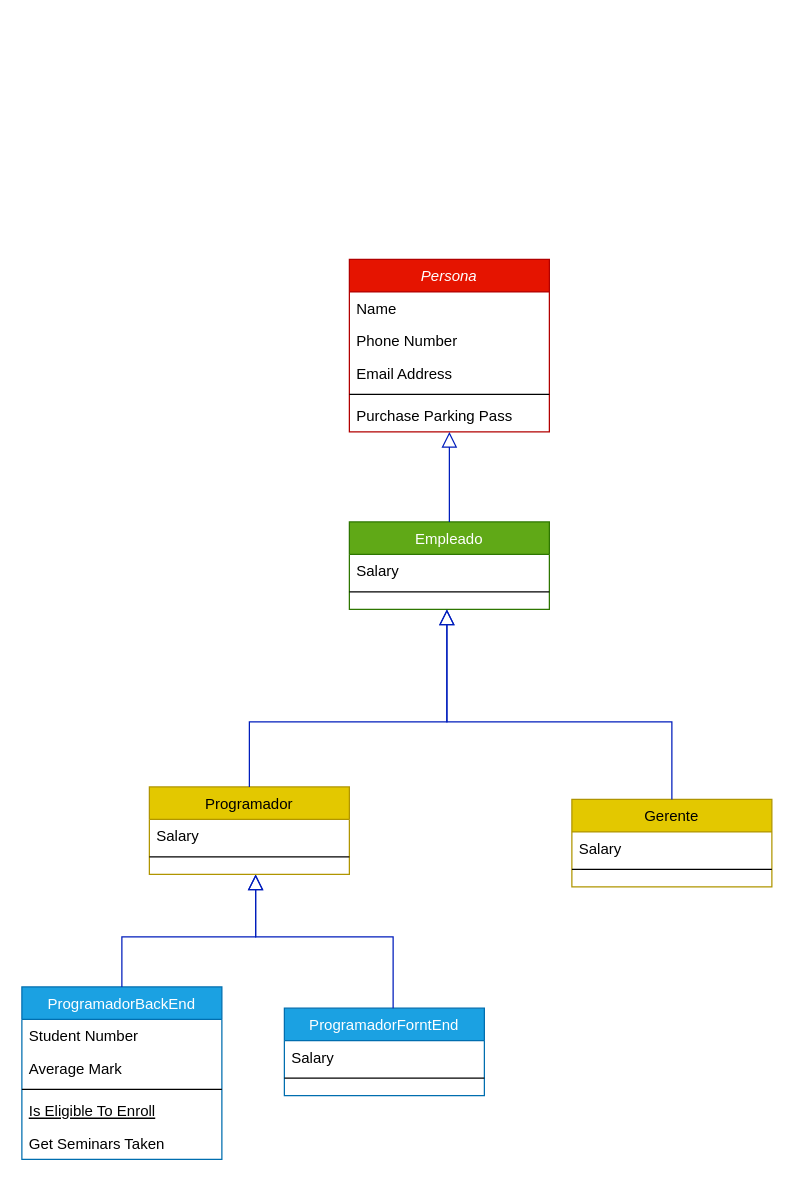
Above: p8.drawio in alan-carrasco/Pr-ctica (draw.io), before the change. Source tidied: cells renumbered, new cells numbered last; positions are measured from the earlier drawing's top-left corner, leaving out a move shared by most shapes. Both pictures are drawn from the tidied source at 125%, with x=0, y=0 at pixel (21, 259).
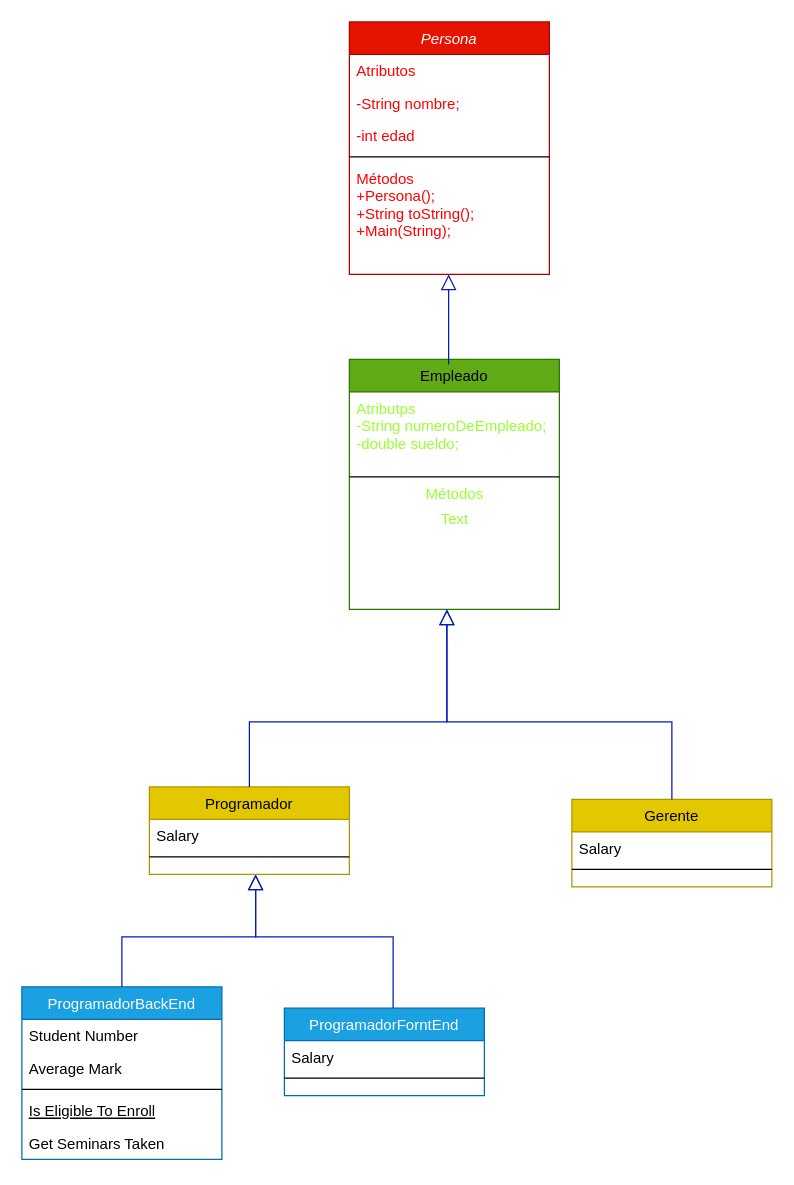
The same page after the edit.

Change to the diagram source:
```diff
@@
     <mxCell id="2" value="Persona" style="swimlane;fontStyle=2;align=center;verticalAlign=top;horizontal=1;startSize=26;rounded=0;shadow=0;strokeWidth=1;fillColor=#e51400;fontColor=#ffffff;strokeColor=#B20000;" parent="1" vertex="1">
-      <mxGeometry x="262" width="160" height="138" as="geometry" />
+      <mxGeometry x="262" y="-190" width="160" height="202" as="geometry" />
     </mxCell>
-    <mxCell id="3" value="Name" style="text;align=left;verticalAlign=top;spacingLeft=4;spacingRight=4;overflow=hidden;" parent="2" vertex="1">
+    <mxCell id="3" value="Atributos" style="text;align=left;verticalAlign=top;spacingLeft=4;spacingRight=4;overflow=hidden;fontColor=#FF0000;" parent="2" vertex="1">
       <mxGeometry y="26" width="160" height="26" as="geometry" />
     </mxCell>
-    <mxCell id="4" value="Phone Number" style="text;align=left;verticalAlign=top;spacingLeft=4;spacingRight=4;overflow=hidden;rounded=0;shadow=0;html=0;" parent="2" vertex="1">
+    <mxCell id="4" value="-String nombre;" style="text;align=left;verticalAlign=top;spacingLeft=4;spacingRight=4;overflow=hidden;rounded=0;shadow=0;html=0;fontColor=#FF0000;" parent="2" vertex="1">
       <mxGeometry y="52" width="160" height="26" as="geometry" />
     </mxCell>
-    <mxCell id="5" value="Email Address" style="text;align=left;verticalAlign=top;spacingLeft=4;spacingRight=4;overflow=hidden;rounded=0;shadow=0;html=0;" parent="2" vertex="1">
+    <mxCell id="5" value="-int edad" style="text;align=left;verticalAlign=top;spacingLeft=4;spacingRight=4;overflow=hidden;rounded=0;shadow=0;html=0;fontColor=#FF0000;" parent="2" vertex="1">
       <mxGeometry y="78" width="160" height="26" as="geometry" />
     </mxCell>
-    <mxCell id="6" style="line;html=1;strokeWidth=1;align=left;verticalAlign=middle;spacingTop=-1;spacingLeft=3;spacingRight=3;labelPosition=right;" parent="2" vertex="1">
+    <mxCell id="6" style="line;html=1;strokeWidth=1;align=left;verticalAlign=middle;spacingTop=-1;spacingLeft=3;spacingRight=3;labelPosition=right;fontColor=#FF0000;" parent="2" vertex="1">
       <mxGeometry y="104" width="160" height="8" as="geometry" />
     </mxCell>
-    <mxCell id="7" value="Purchase Parking Pass" style="text;align=left;verticalAlign=top;spacingLeft=4;spacingRight=4;overflow=hidden;" parent="2" vertex="1">
-      <mxGeometry y="112" width="160" height="26" as="geometry" />
+    <mxCell id="7" value="Métodos&#10;+Persona();&#10;+String toString();&#10;+Main(String);&#10;&#10;" style="text;align=left;verticalAlign=top;spacingLeft=4;spacingRight=4;overflow=hidden;fontColor=#FF0000;" parent="2" vertex="1">
+      <mxGeometry y="112" width="160" height="90" as="geometry" />
     </mxCell>
-    <mxCell id="8" value="Empleado" style="swimlane;fontStyle=0;align=center;verticalAlign=top;horizontal=1;startSize=26;rounded=0;shadow=0;strokeWidth=1;fillColor=#60a917;fontColor=#ffffff;strokeColor=#2D7600;" parent="1" vertex="1">
-      <mxGeometry x="262" y="210" width="160" height="70" as="geometry" />
+    <mxCell id="8" value="Empleado" style="swimlane;fontStyle=0;align=center;verticalAlign=top;horizontal=1;startSize=26;rounded=0;shadow=0;strokeWidth=1;fillColor=#60a917;fontColor=#000000;strokeColor=#2D7600;" parent="1" vertex="1">
+      <mxGeometry x="262" y="80" width="168" height="200" as="geometry" />
     </mxCell>
-    <mxCell id="9" value="Salary" style="text;align=left;verticalAlign=top;spacingLeft=4;spacingRight=4;overflow=hidden;" parent="8" vertex="1">
-      <mxGeometry y="26" width="160" height="26" as="geometry" />
+    <mxCell id="9" value="Atributps&#10;-String numeroDeEmpleado;&#10;-double sueldo;&#10;" style="text;align=left;verticalAlign=top;spacingLeft=4;spacingRight=4;overflow=hidden;fontColor=#99FF33;" parent="8" vertex="1">
+      <mxGeometry y="26" width="168" height="64" as="geometry" />
     </mxCell>
     <mxCell id="10" style="line;html=1;strokeWidth=1;align=left;verticalAlign=middle;spacingTop=-1;spacingLeft=3;spacingRight=3;labelPosition=right;" parent="8" vertex="1">
-      <mxGeometry y="52" width="160" height="8" as="geometry" />
+      <mxGeometry y="90" width="168" height="8" as="geometry" />
     </mxCell>
-    <mxCell id="11" style="endArrow=block;endSize=10;endFill=0;shadow=0;strokeWidth=1;rounded=0;edgeStyle=elbowEdgeStyle;elbow=vertical;fillColor=#0050ef;strokeColor=#001DBC;" parent="1" edge="1" target="2">
-      <mxGeometry relative="1" as="geometry">
-        <mxPoint x="342" y="210" as="sourcePoint" />
-        <Array as="points">
-          <mxPoint x="342" y="210" />
-        </Array>
-      </mxGeometry>
-    </mxCell>
+    <mxCell id="31" value="Métodos" style="text;html=1;align=center;verticalAlign=middle;strokeColor=none;fillColor=none;fontColor=#99FF33;" parent="8" vertex="1">
+      <mxGeometry y="98" width="168" height="20" as="geometry" />
+    </mxCell>
+    <mxCell id="32" value="Text" style="text;html=1;align=center;verticalAlign=middle;strokeColor=none;fillColor=none;fontColor=#99FF33;" parent="8" vertex="1">
+      <mxGeometry y="118" width="168" height="20" as="geometry" />
+    </mxCell>
@@
+    <mxCell id="11" style="endArrow=block;endSize=10;endFill=0;shadow=0;strokeWidth=1;rounded=0;edgeStyle=elbowEdgeStyle;elbow=vertical;fillColor=#0050ef;strokeColor=#001DBC;" parent="1" edge="1">
+      <mxGeometry relative="1" as="geometry">
+        <mxPoint x="341.4" y="84" as="sourcePoint" />
+        <mxPoint x="341.4" y="12" as="targetPoint" />
+        <Array as="points">
+          <mxPoint x="341.4" y="84" />
+        </Array>
+      </mxGeometry>
+    </mxCell>
```
